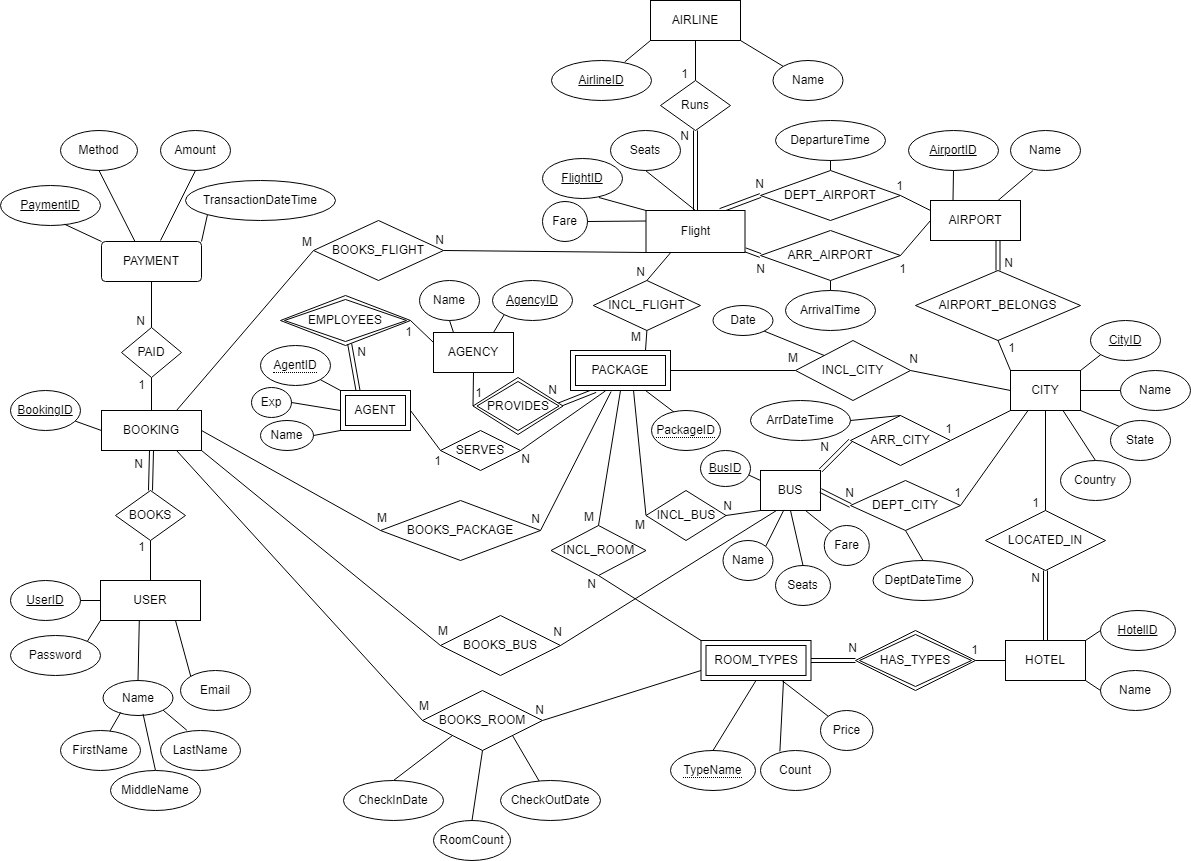
Before: Diagrams/ER Diagram.png, a diagram exported from draw.io (chetankar65/AStar_DBMS). Source tidied: cells renumbered, new cells last; positions are measured from the earlier drawing's top-left corner, leaving out a move shared by most shapes.
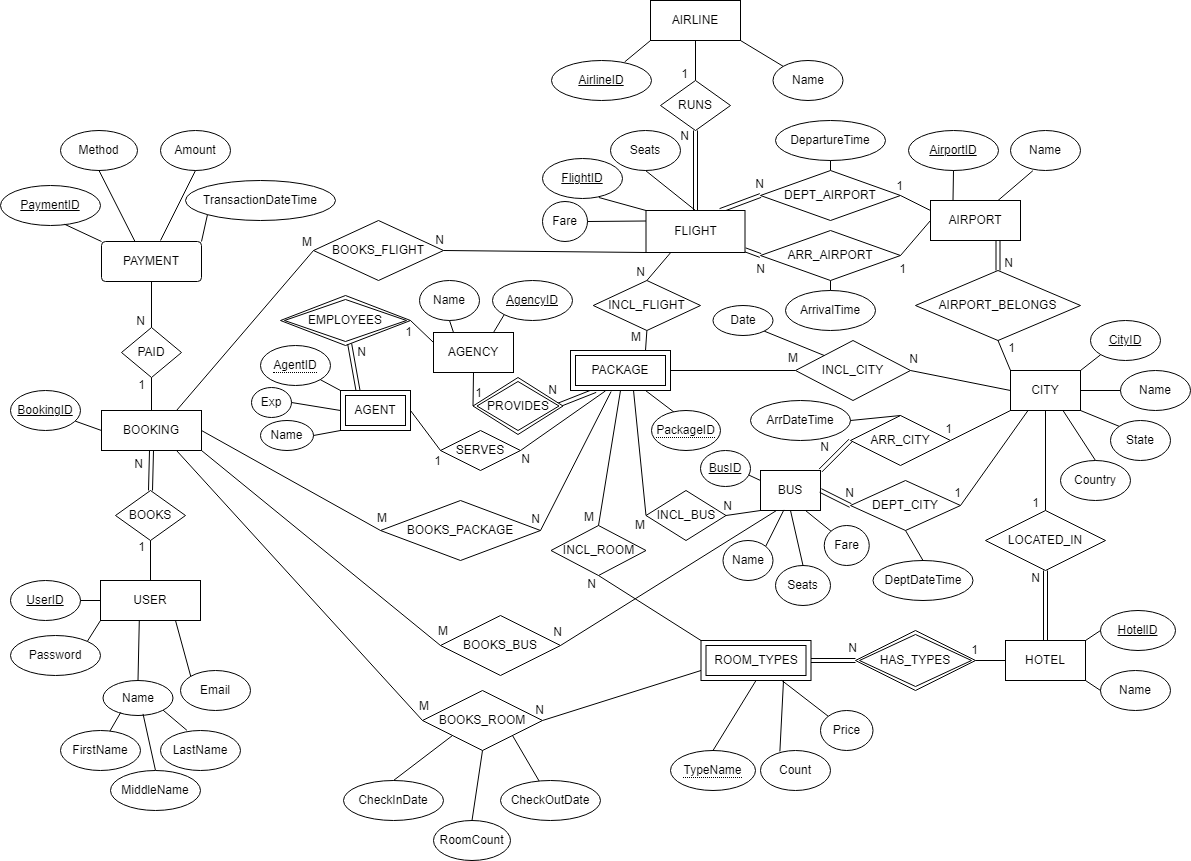
Above is the later version.

Commit message:
ER Diagram OCD

What changed in the source:
```diff
@@ -683,10 +683,10 @@
         <mxPoint x="18" y="16" as="offset" />
       </mxGeometry>
     </mxCell>
-    <mxCell id="198" value="Flight" style="whiteSpace=wrap;html=1;align=center;" parent="1" vertex="1">
+    <mxCell id="198" value="FLIGHT" style="whiteSpace=wrap;html=1;align=center;" parent="1" vertex="1">
       <mxGeometry x="645.5" y="210" width="99" height="42" as="geometry" />
     </mxCell>
-    <mxCell id="199" value="Runs" style="shape=rhombus;perimeter=rhombusPerimeter;whiteSpace=wrap;html=1;align=center;" parent="1" vertex="1">
+    <mxCell id="199" value="RUNS" style="shape=rhombus;perimeter=rhombusPerimeter;whiteSpace=wrap;html=1;align=center;" parent="1" vertex="1">
       <mxGeometry x="660" y="80" width="70" height="50" as="geometry" />
     </mxCell>
     <mxCell id="200" style="endArrow=none;html=1;rounded=0;entryX=0.5;entryY=0;entryDx=0;entryDy=0;exitX=0.25;exitY=1;exitDx=0;exitDy=0;" parent="1" edge="1" source="198" target="122">
```
